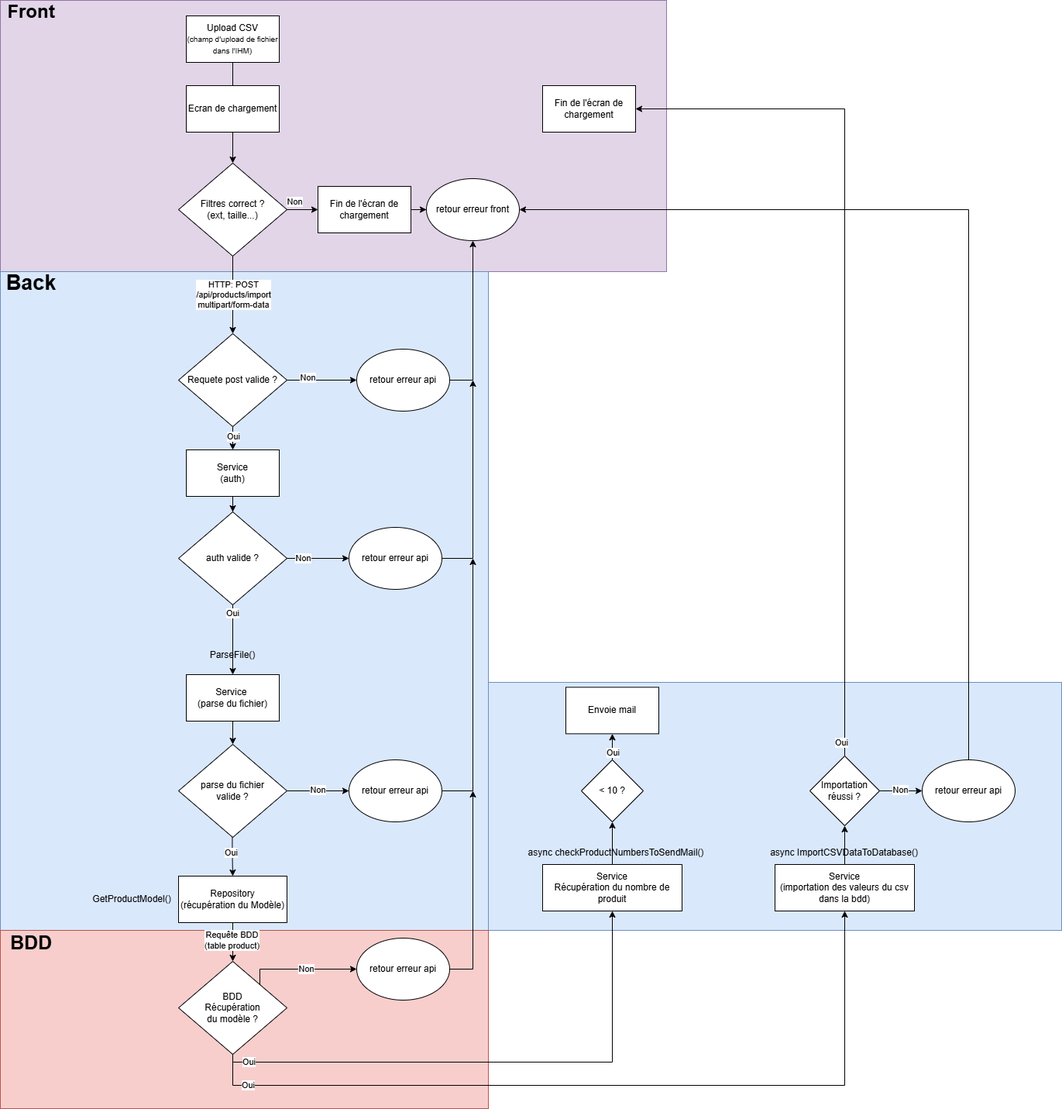
Above: exercice04/Exercice4.png in EL-R1/arpege (draw.io), before the change. Source tidied: cells renumbered, new cells last; positions are measured from the earlier drawing's top-left corner, leaving out a move shared by most shapes.
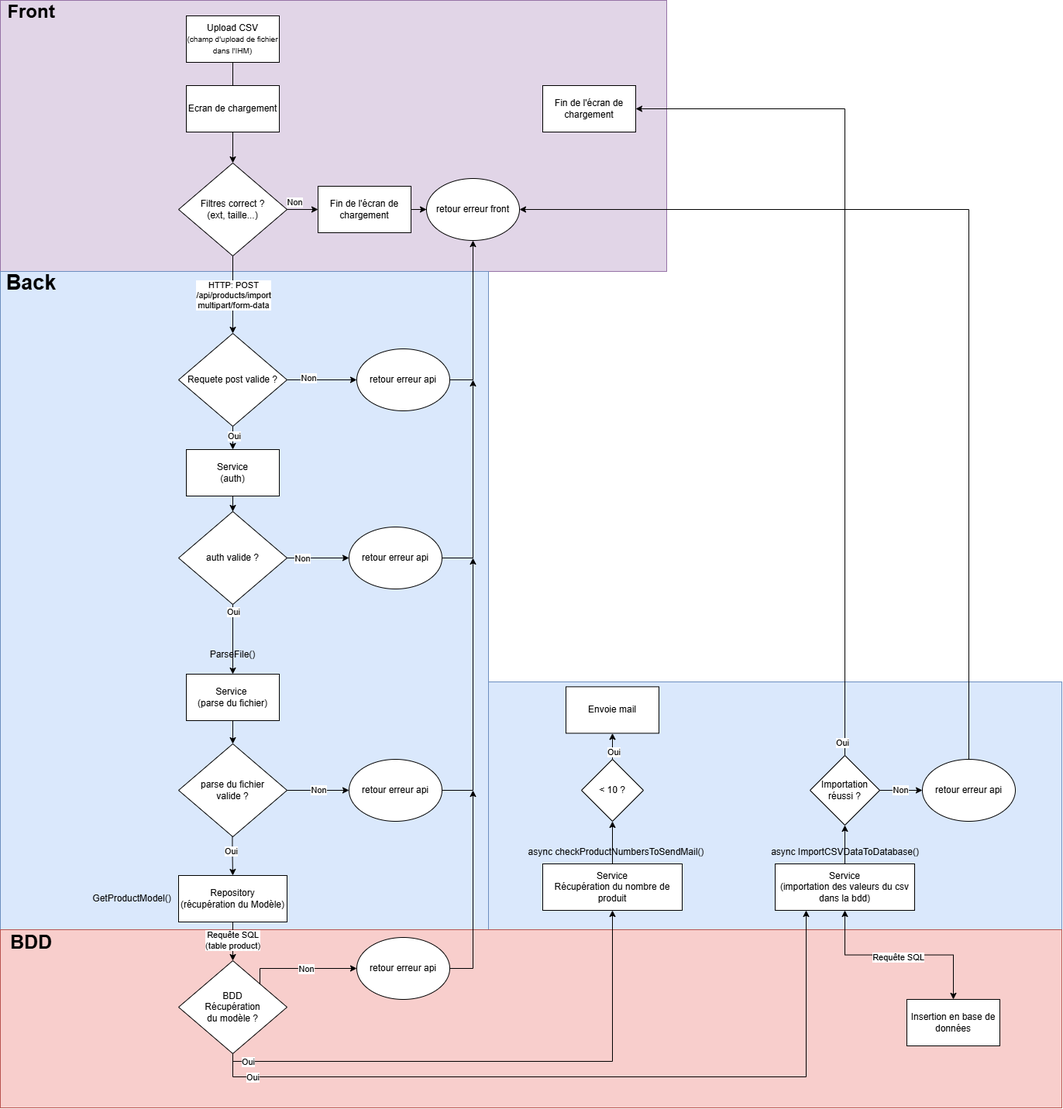
The same file after the commit.

Commit message:
feat(exercice04): Adding SQL request for product insertion

What changed in the source:
```diff
@@ -12,7 +12,7 @@
       <mxGeometry y="350" width="630" height="850" as="geometry" />
     </mxCell>
     <mxCell id="5" style="rounded=0;whiteSpace=wrap;html=1;fillColor=#f8cecc;strokeColor=#b85450;" parent="1" vertex="1">
-      <mxGeometry y="1200" width="630" height="230" as="geometry" />
+      <mxGeometry y="1200" width="1370" height="230" as="geometry" />
     </mxCell>
     <mxCell id="6" style="edgeStyle=orthogonalEdgeStyle;rounded=0;jettySize=auto;html=1;entryX=0.5;entryY=1;entryDx=0;entryDy=0;" parent="1" edge="1" source="51" target="58">
       <mxGeometry relative="1" as="geometry">
@@ -164,7 +164,7 @@
     <mxCell id="45" style="edgeStyle=orthogonalEdgeStyle;rounded=0;jettySize=auto;html=1;" parent="1" edge="1" source="47" target="51">
       <mxGeometry relative="1" as="geometry" />
     </mxCell>
-    <mxCell id="46" value="Requête BDD&lt;div&gt;(table product)&lt;/div&gt;" style="edgeLabel;html=1;align=center;verticalAlign=middle;" parent="45" vertex="1">
+    <mxCell id="46" value="Requête SQL&lt;div&gt;(table product)&lt;/div&gt;" style="edgeLabel;html=1;align=center;verticalAlign=middle;" parent="45" vertex="1">
       <mxGeometry x="-0.09" y="-1" relative="1" as="geometry" />
     </mxCell>
     <mxCell id="47" value="&lt;div&gt;Repository&lt;/div&gt;&lt;div&gt;(récupération du Modèle)&lt;/div&gt;" style="whiteSpace=wrap;html=1;" parent="1" vertex="1">
@@ -234,6 +234,12 @@
     <mxCell id="64" value="Envoie mail" style="whiteSpace=wrap;html=1;" parent="1" vertex="1">
       <mxGeometry x="730" y="886.3" width="120" height="60" as="geometry" />
     </mxCell>
+    <mxCell id="77" style="edgeStyle=orthogonalEdgeStyle;rounded=0;jettySize=auto;html=1;startArrow=classic;startFill=1;" parent="1" edge="1" source="65" target="79">
+      <mxGeometry relative="1" as="geometry" />
+    </mxCell>
+    <mxCell id="78" value="Requête SQL" style="edgeLabel;html=1;align=center;verticalAlign=middle;" parent="77" vertex="1">
+      <mxGeometry x="-0.02" y="-3" relative="1" as="geometry" />
+    </mxCell>
     <mxCell id="65" value="&lt;div&gt;Service&lt;/div&gt;&lt;div&gt;(importation des valeurs du csv dans la bdd)&lt;/div&gt;" style="whiteSpace=wrap;html=1;" parent="1" vertex="1">
       <mxGeometry x="1000" y="1115" width="180" height="60" as="geometry" />
     </mxCell>
@@ -277,16 +283,21 @@
         <mxPoint x="-94" y="-62" as="offset" />
       </mxGeometry>
     </mxCell>
-    <mxCell id="75" style="edgeStyle=orthogonalEdgeStyle;rounded=0;jettySize=auto;html=1;entryX=0.5;entryY=1;entryDx=0;entryDy=0;exitX=0.5;exitY=1;exitDx=0;exitDy=0;" parent="1" edge="1" source="51" target="65">
+    <mxCell id="75" style="edgeStyle=orthogonalEdgeStyle;rounded=0;jettySize=auto;html=1;exitX=0.5;exitY=1;exitDx=0;exitDy=0;" parent="1" edge="1" source="51">
       <mxGeometry relative="1" as="geometry">
+        <mxPoint x="1040" y="1175" as="targetPoint" />
         <Array as="points">
-          <mxPoint x="300" y="1400" />
-          <mxPoint x="1090" y="1400" />
+          <mxPoint x="300" y="1390" />
+          <mxPoint x="1040" y="1390" />
+          <mxPoint x="1040" y="1175" />
         </Array>
       </mxGeometry>
     </mxCell>
     <mxCell id="76" value="Oui" style="edgeLabel;html=1;align=center;verticalAlign=middle;" parent="75" vertex="1">
       <mxGeometry x="-0.89" relative="1" as="geometry" />
     </mxCell>
+    <mxCell id="79" value="Insertion en base de données" style="whiteSpace=wrap;html=1;" parent="1" vertex="1">
+      <mxGeometry x="1170" y="1290" width="120" height="60" as="geometry" />
+    </mxCell>
   </root>
 </mxGraphModel>
```
